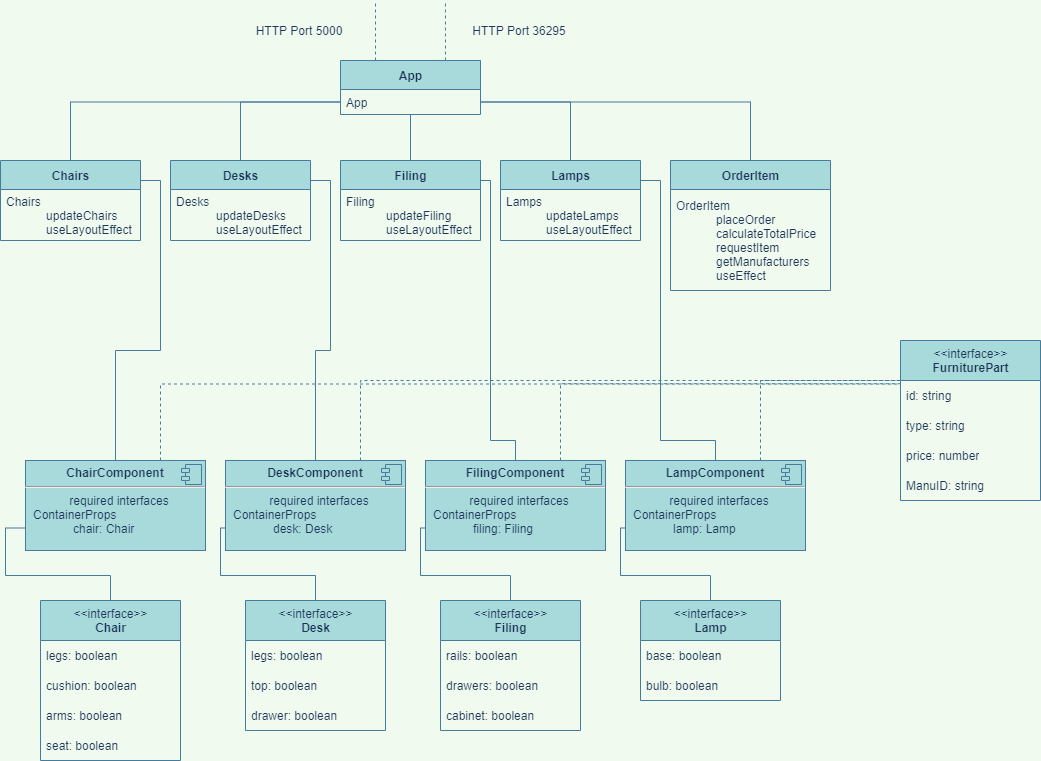
This is docs/frontend-uml.png from RatikKapoor/reinventorii, a draw.io export, as it was before one commit. Source tidied: cells renumbered, new cells last; positions are measured from the earlier drawing's top-left corner, leaving out a move shared by most shapes.
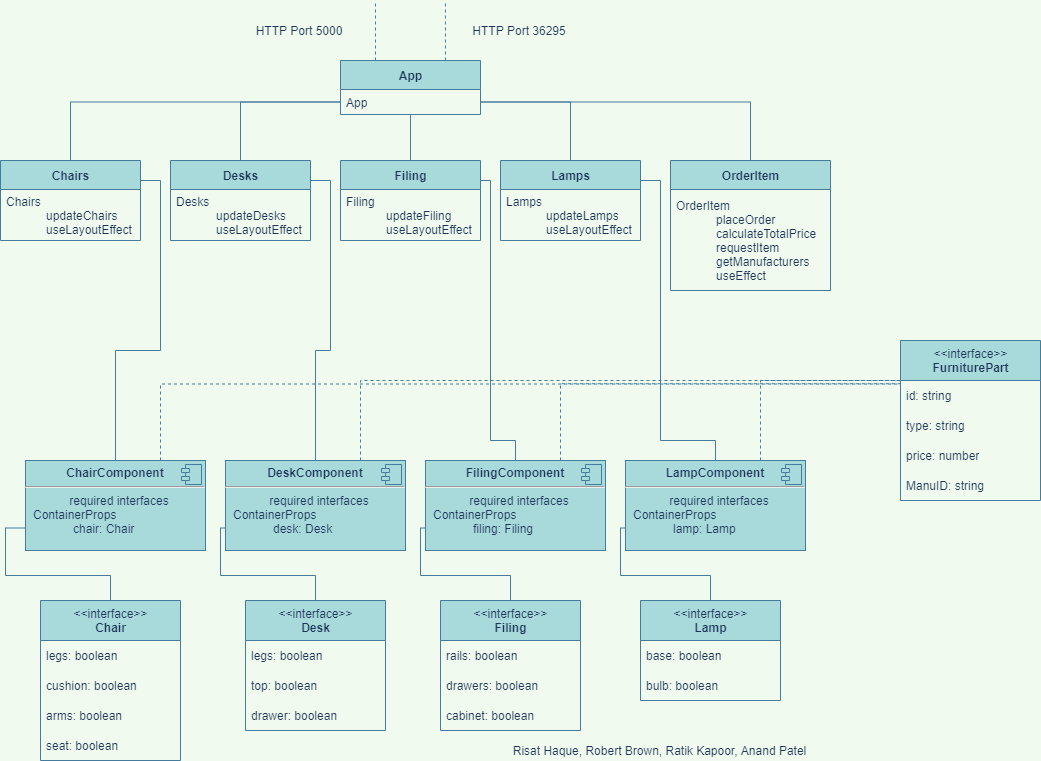
The same diagram one commit later.

Commit message:
docs: added names to frontend uml

Diff of the diagram source:
```diff
@@ -230,5 +230,8 @@
     <mxCell id="63" value="HTTP Port 36295" style="text;html=1;strokeColor=none;fillColor=none;align=center;verticalAlign=middle;whiteSpace=wrap;rounded=0;fontColor=#1D3557;" parent="1" vertex="1">
       <mxGeometry x="469" y="20" width="100" height="20" as="geometry" />
     </mxCell>
+    <mxCell id="64" value="Risat Haque, Robert Brown, Ratik Kapoor, Anand Patel" style="text;html=1;strokeColor=none;fillColor=none;align=center;verticalAlign=middle;whiteSpace=wrap;rounded=0;sketch=0;fontColor=#1D3557;" parent="1" vertex="1">
+      <mxGeometry x="480" y="740" width="359" height="20" as="geometry" />
+    </mxCell>
   </root>
 </mxGraphModel>
```
